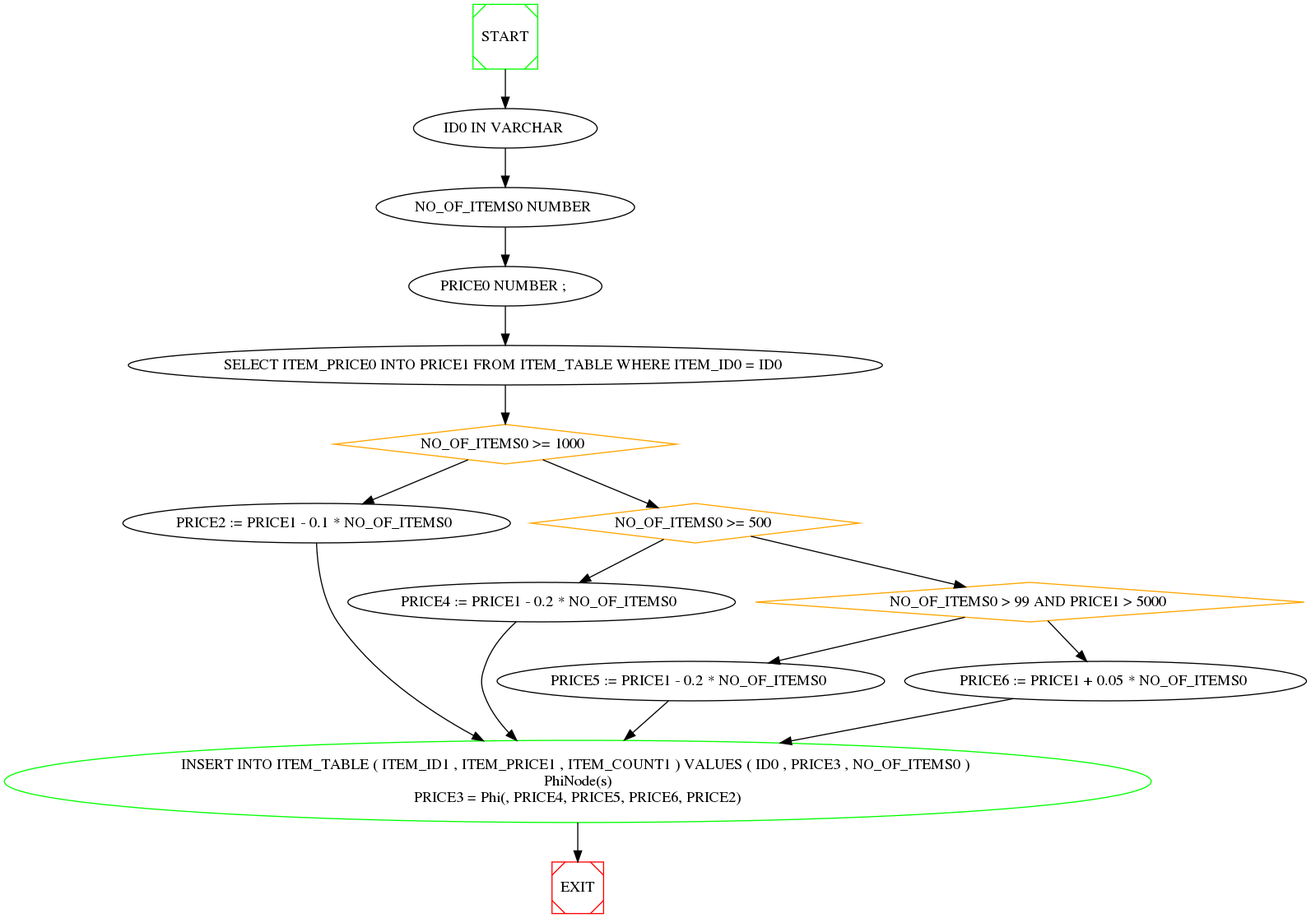
Before: se/versioned_phi_node_wala_graph.png, a diagram exported from Graphviz (NabeelQaiser/BTP_2k18-19). Its source is kept beside it as se/versioned_phi_node_wala_graph.dot.
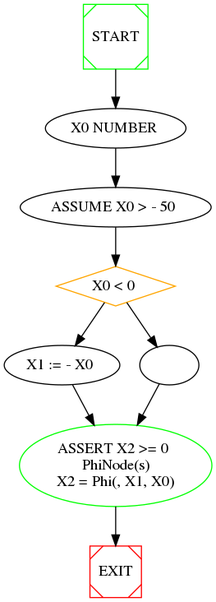
After the change.

Change to the diagram source:
```diff
@@ -5,57 +5,31 @@
 
 	0 -> 1 ;
 
-	1[ label="ID0 IN VARCHAR "  ] ;
+	1[ label="X0 NUMBER "  ] ;
 
 	1 -> 2 ;
 
-	2[ label="NO_OF_ITEMS0 NUMBER "  ] ;
+	2[ label="ASSUME X0 > - 50 "  ] ;
 
 	2 -> 3 ;
 
-	3[ label="PRICE0 NUMBER ; "  ] ;
+	3[ label="X0 < 0 " , color=orange, shape=diamond ] ;
 
 	3 -> 4 ;
+	3 -> 5 ;
 
-	4[ label="SELECT ITEM_PRICE0 INTO PRICE1 FROM ITEM_TABLE WHERE ITEM_ID0 = ID0 "  ] ;
+	4[ label="X1 := - X0 "  ] ;
 
-	4 -> 5 ;
+	4 -> 6 ;
 
-	5[ label="NO_OF_ITEMS0 >= 1000 " , color=orange, shape=diamond ] ;
+	5[ label=""  ] ;
 
 	5 -> 6 ;
-	5 -> 7 ;
 
-	6[ label="PRICE2 := PRICE1 - 0.1 * NO_OF_ITEMS0 "  ] ;
-
-	6 -> 12 ;
-
-	7[ label="NO_OF_ITEMS0 >= 500 " , color=orange, shape=diamond ] ;
-
-	7 -> 8 ;
-	7 -> 9 ;
-
-	8[ label="PRICE4 := PRICE1 - 0.2 * NO_OF_ITEMS0 "  ] ;
-
-	8 -> 12 ;
-
-	9[ label="NO_OF_ITEMS0 > 99 AND PRICE1 > 5000 " , color=orange, shape=diamond ] ;
-
-	9 -> 10 ;
-	9 -> 11 ;
-
-	10[ label="PRICE5 := PRICE1 - 0.2 * NO_OF_ITEMS0 "  ] ;
-
-	10 -> 12 ;
-
-	11[ label="PRICE6 := PRICE1 + 0.05 * NO_OF_ITEMS0 "  ] ;
-
-	11 -> 12 ;
-
-	12[ label="INSERT INTO ITEM_TABLE ( ITEM_ID1 , ITEM_PRICE1 , ITEM_COUNT1 ) VALUES ( ID0 , PRICE3 , NO_OF_ITEMS0 ) \nPhiNode(s)\nPRICE3 = Phi(, PRICE4, PRICE5, PRICE6, PRICE2)" , color=green ] ;
+	6[ label="ASSERT X2 >= 0 \nPhiNode(s)\nX2 = Phi(, X1, X0)" , color=green ] ;
 
 
 	0[ label="START", shape=Msquare, color=green ] ;
-	12 -> EXIT ;EXIT[ shape=Msquare, color=red ] ;
+	6 -> EXIT ;EXIT[ shape=Msquare, color=red ] ;
 
 }
```
